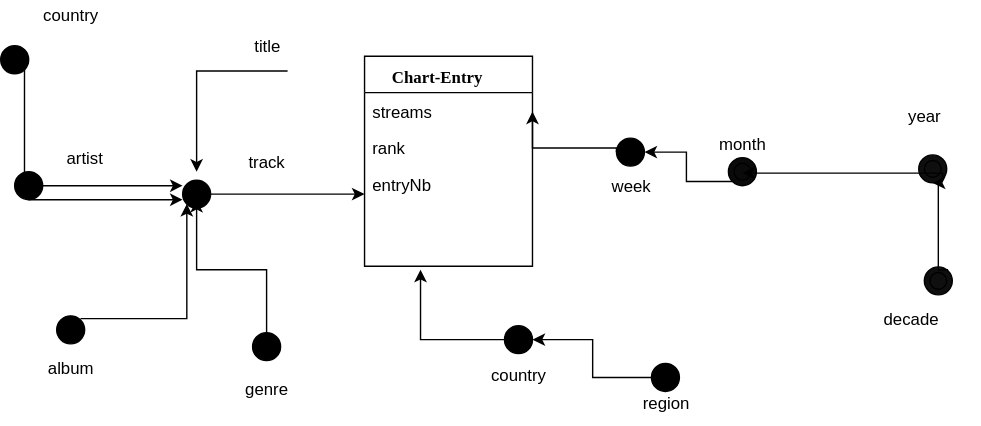
Above: figures/DF1.svg in AlexChanson/DW (draw.io), before the change. Source tidied: cells renumbered, new cells last; positions are measured from the earlier drawing's top-left corner, leaving out a move shared by most shapes.
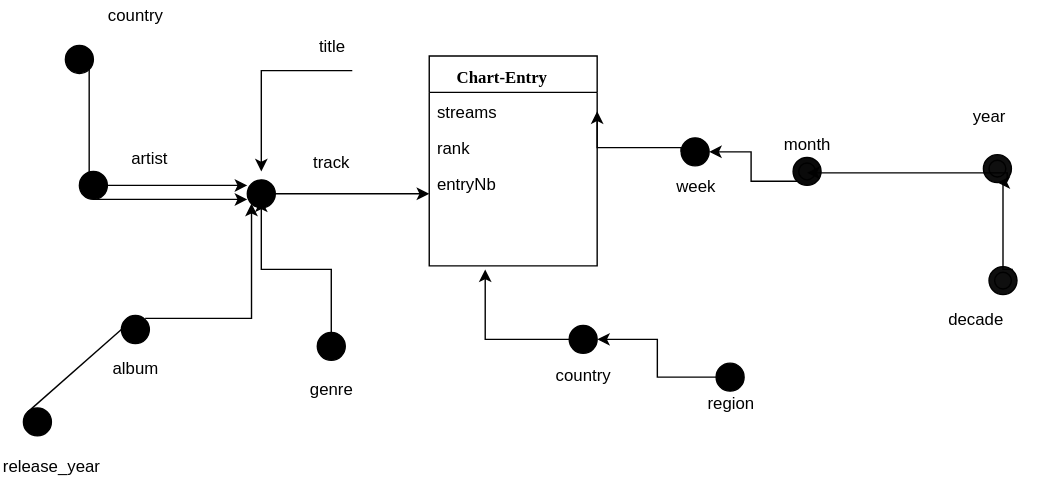
Later version of the same file.

The edit, as a diff of the source:
```diff
@@ -181,5 +181,14 @@
     <mxCell id="42" value="&lt;div&gt;country&lt;/div&gt;" style="text;html=1;strokeColor=none;fillColor=none;align=center;verticalAlign=middle;whiteSpace=wrap;rounded=0;" parent="1" vertex="1">
       <mxGeometry x="30" width="40" height="20" as="geometry" />
     </mxCell>
+    <mxCell id="43" style="ellipse;shape=doubleEllipse;whiteSpace=wrap;html=1;fillColor=#000000;" parent="1" vertex="1">
+      <mxGeometry x="-30" y="291" width="20" height="20" as="geometry" />
+    </mxCell>
+    <mxCell id="44" style="endArrow=none;html=1;entryX=0;entryY=0.5;exitX=0;exitY=0;" parent="1" edge="1" source="43" target="9">
+      <mxGeometry relative="1" as="geometry" />
+    </mxCell>
+    <mxCell id="45" value="release_year" style="text;html=1;strokeColor=none;fillColor=none;align=center;verticalAlign=middle;whiteSpace=wrap;rounded=0;" parent="1" vertex="1">
+      <mxGeometry x="-30" y="322" width="40" height="20" as="geometry" />
+    </mxCell>
   </root>
 </mxGraphModel>
```
